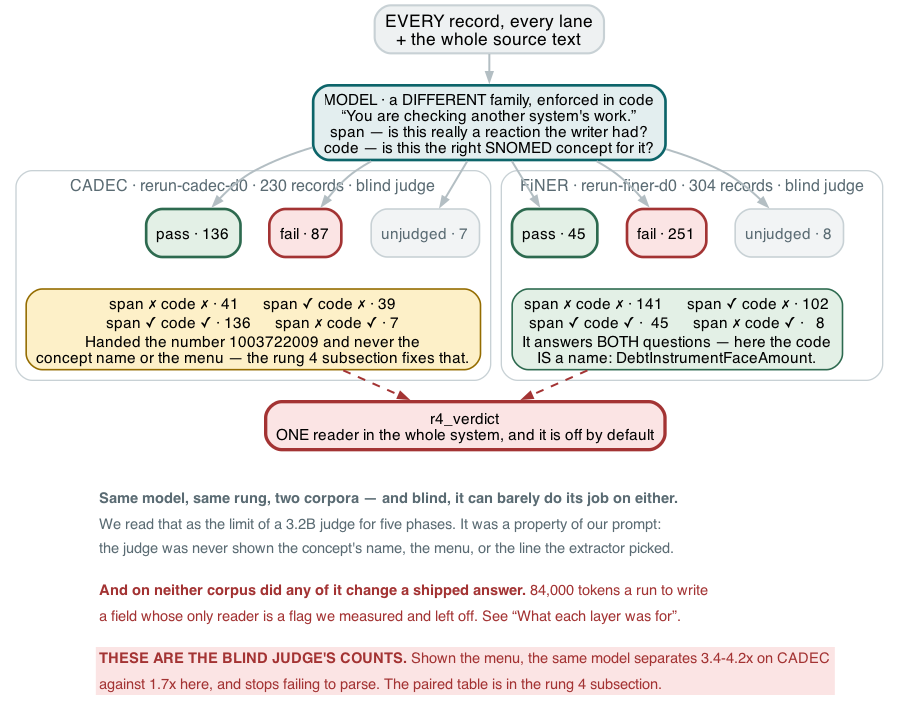
This is docs/figures/fig18-rung4.png from wbagais/reliability-ladder, a Graphviz export, as it was before one commit. Its source is kept beside it as docs/figures/fig18-rung4.dot.
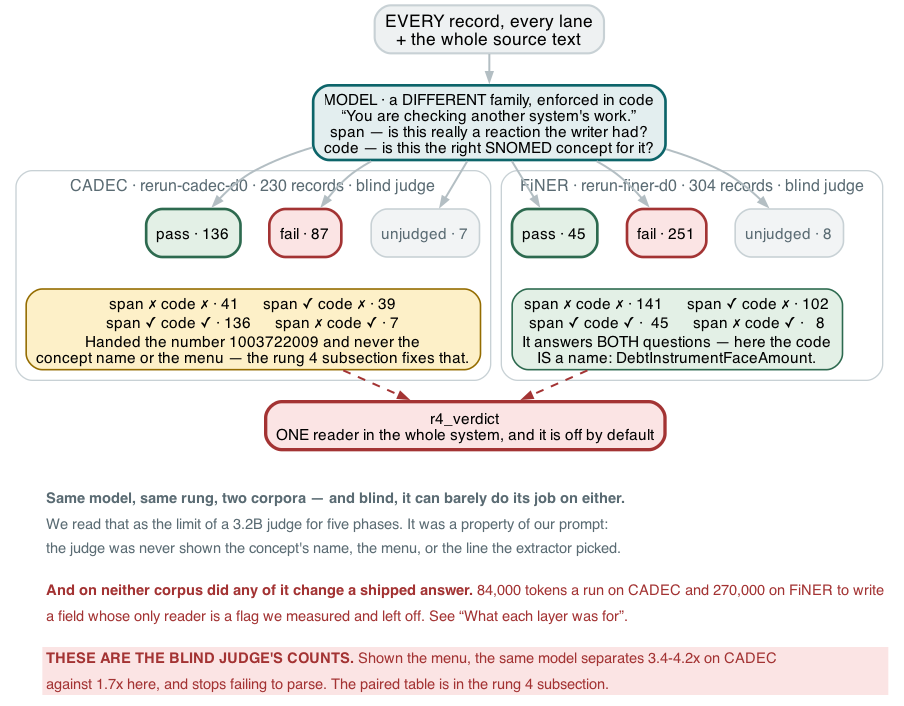
The same file after the commit.

What changed in the source:
```diff
@@ -46,7 +46,7 @@
         <TR><TD ALIGN="LEFT"><FONT POINT-SIZE="11" COLOR="#5a6b73">We read that as the limit of a 3.2B judge for five phases. It was a property of our prompt:</FONT></TD></TR>
         <TR><TD ALIGN="LEFT"><FONT POINT-SIZE="11" COLOR="#5a6b73">the judge was never shown the concept&#39;s name, the menu, or the line the extractor picked.</FONT></TD></TR>
         <TR><TD ALIGN="LEFT"><FONT POINT-SIZE="8"> </FONT></TD></TR>
-        <TR><TD ALIGN="LEFT"><FONT POINT-SIZE="11" COLOR="#a33333"><B>And on neither corpus did any of it change a shipped answer.</B> 84,000 tokens a run to write</FONT></TD></TR>
+        <TR><TD ALIGN="LEFT"><FONT POINT-SIZE="11" COLOR="#a33333"><B>And on neither corpus did any of it change a shipped answer.</B> 84,000 tokens a run on CADEC and 270,000 on FiNER to write</FONT></TD></TR>
         <TR><TD ALIGN="LEFT"><FONT POINT-SIZE="11" COLOR="#a33333">a field whose only reader is a flag we measured and left off. See “What each layer was for”.</FONT></TD></TR>
         <TR><TD ALIGN="LEFT"><FONT POINT-SIZE="8"> </FONT></TD></TR>
         <TR><TD ALIGN="LEFT" BGCOLOR="#fbe4e4"><FONT POINT-SIZE="11" COLOR="#a33333"><B>THESE ARE THE BLIND JUDGE&#39;S COUNTS.</B> Shown the menu, the same model separates 3.4-4.2x on CADEC</FONT></TD></TR>
```
